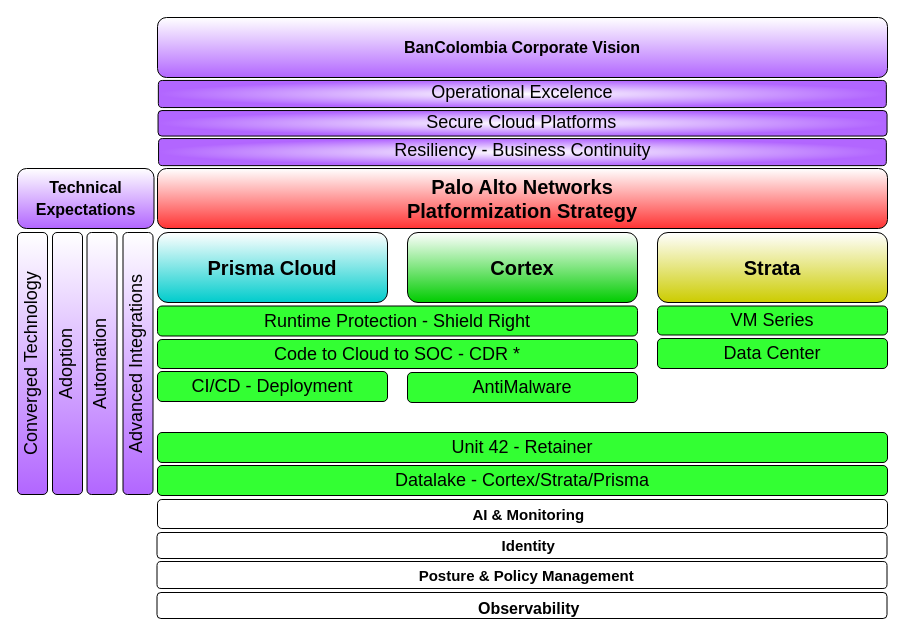
This is page "Current State" (1 of 3) of BanColombia.drawio from lcastrose/architecture, a draw.io file, before an edit. Source tidied: cells renumbered, new cells numbered last; positions are measured from the earlier drawing's top-left corner, leaving out a move shared by most shapes. Both pictures are drawn from the tidied source at 100%, with x=0, y=0 at pixel (17, -271).
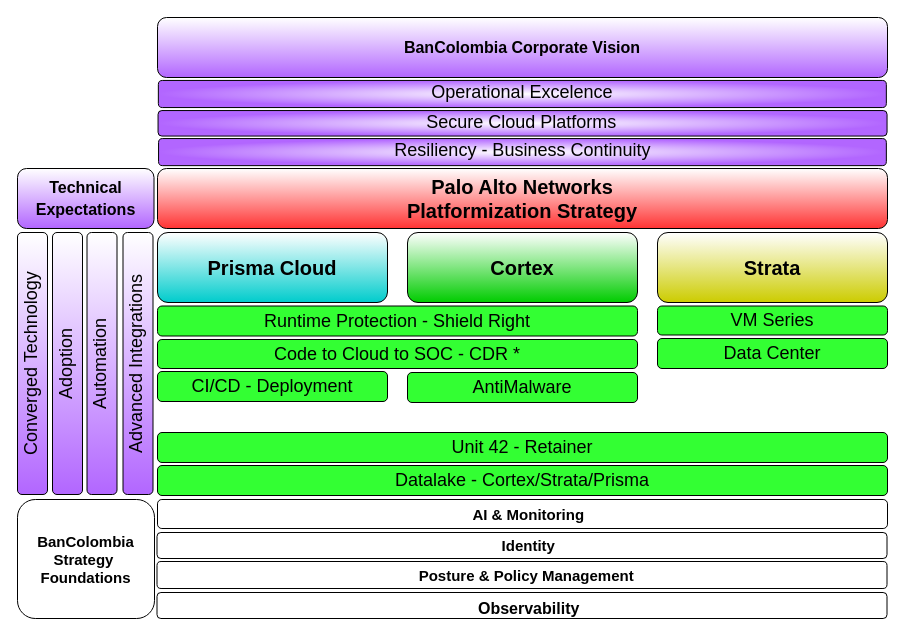
Above is the later version.

What changed in the source:
```diff
@@
+    <mxCell id="28" value="BanColombia Strategy&amp;nbsp;&lt;div&gt;Foundations&lt;/div&gt;" style="rounded=1;whiteSpace=wrap;html=1;fontStyle=1;fontSize=15;" parent="1" vertex="1">
+      <mxGeometry y="770" width="137" height="119" as="geometry" />
+    </mxCell>
```
